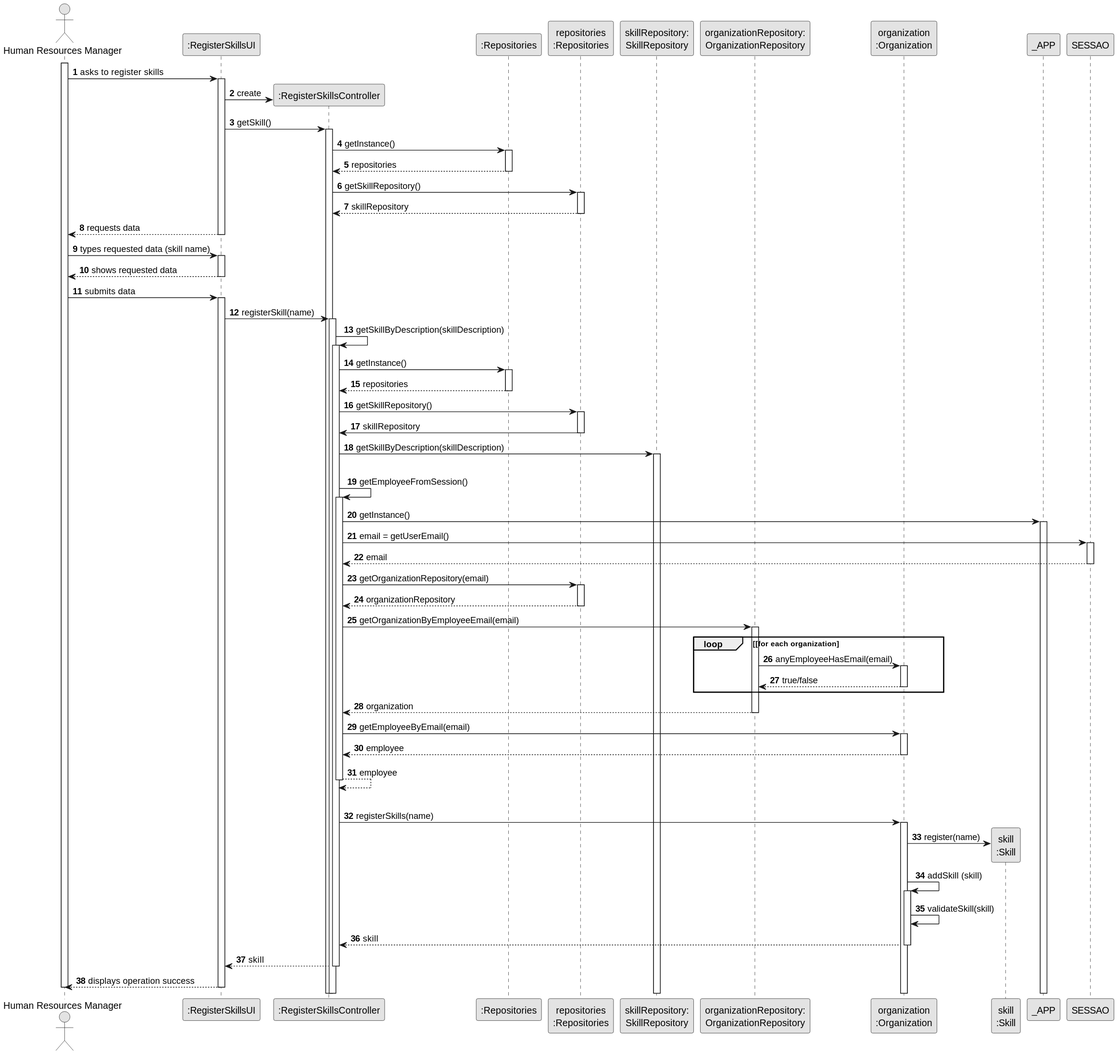
Earlier version of the PlantUML export docs/sprintB/us001/03.design/svg/us001-sequence-diagram-full.svg (Departamento-de-Engenharia-Informatica/lei-24-s2-1dl-g121).
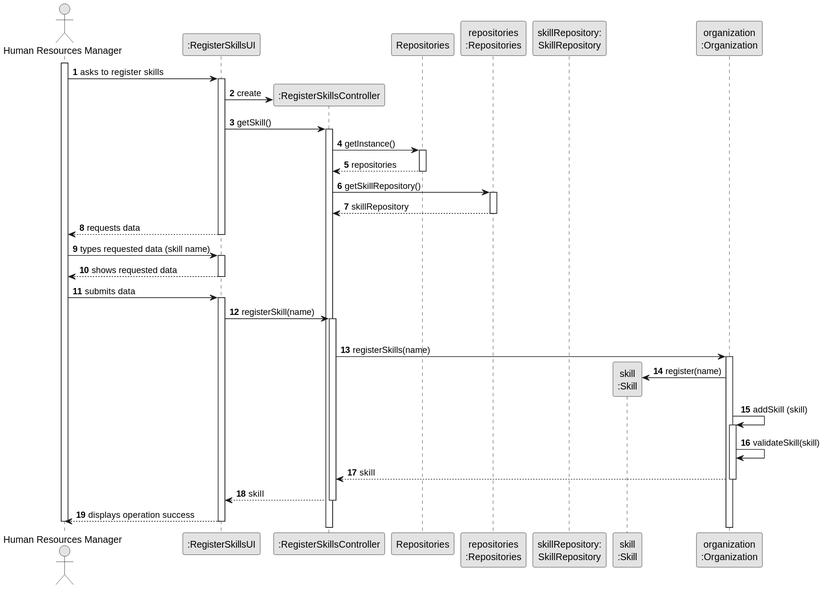
Above is the later version.

Commit message:
us01 class diagram and sd svgs updated

The edit, as a diff of the source:
```diff
@@ -8,18 +8,18 @@
 actor "Human Resources Manager" as ADM
 participant ":RegisterSkillsUI" as UI
 participant ":RegisterSkillsController" as CTRL
-participant ":Repositories" as RepositorySingleton
+participant "Repositories" as RepositorySingleton
 participant "repositories\n:Repositories" as PLAT
 participant "skillRepository:\nSkillRepository" as SkillRepository
-participant "organizationRepository:\nOrganizationRepository" as OrganizationRepository
+participant "skill\n:Skill" as SKILL
 participant "organization\n:Organization" as ORG
-participant "skill\n:Skill" as SKILL
 
 activate ADM
 
         ADM -> UI : asks to register skills
 
         activate UI
+
 
             UI -> CTRL** : create
 
@@ -54,70 +54,7 @@
         UI -> CTRL : registerSkill(name)
         activate CTRL
 
-            CTRL -> CTRL : getSkillByDescription(skillDescription)
-            activate CTRL
 
-                CTRL -> RepositorySingleton : getInstance()
-                activate RepositorySingleton
-
-                    RepositorySingleton --> CTRL: repositories
-                deactivate RepositorySingleton
-
-                CTRL -> PLAT : getSkillRepository()
-                activate PLAT
-
-                    PLAT -> CTRL : skillRepository
-                deactivate PLAT
-
-                CTRL -> SkillRepository : getSkillByDescription(skillDescription)
-                activate SkillRepository
-
-
-            |||
-            CTRL -> CTRL : getEmployeeFromSession()
-            activate CTRL
-
-                CTRL -> _APP: getInstance()
-                activate _APP
-
-
-
-
-                CTRL -> SESSAO: email = getUserEmail()
-                activate SESSAO
-
-                    SESSAO --> CTRL: email
-                deactivate SESSAO
-
-
-                CTRL -> PLAT: getOrganizationRepository(email)
-                activate PLAT
-
-                    PLAT --> CTRL: organizationRepository
-                deactivate PLAT
-
-
-                CTRL -> OrganizationRepository: getOrganizationByEmployeeEmail(email)
-                activate OrganizationRepository
-
-                    loop [for each organization
-                        OrganizationRepository -> ORG : anyEmployeeHasEmail(email)
-                        activate ORG
-
-                             ORG --> OrganizationRepository : true/false
-                        deactivate ORG
-                    end
-                    OrganizationRepository --> CTRL : organization
-                deactivate OrganizationRepository
-
-                CTRL -> ORG: getEmployeeByEmail(email)
-                activate ORG
-
-                    ORG --> CTRL : employee
-                deactivate ORG
-
-                CTRL --> CTRL : employee
-            deactivate CTRL
 
             |||
             CTRL -> ORG: registerSkills(name)
```
